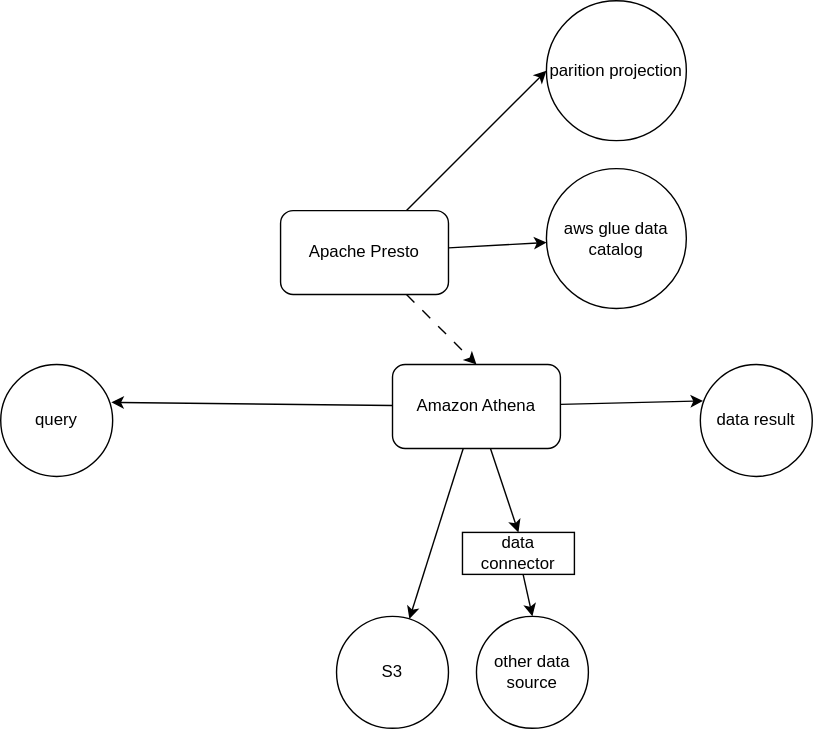
Above: aws/DEA/3.aws-analytic/aws-athena-arch.drawio.svg in hoangnpdev/engineering-notes (draw.io), before the change. Source tidied: cells renumbered, new cells last; positions are measured from the earlier drawing's top-left corner, leaving out a move shared by most shapes.
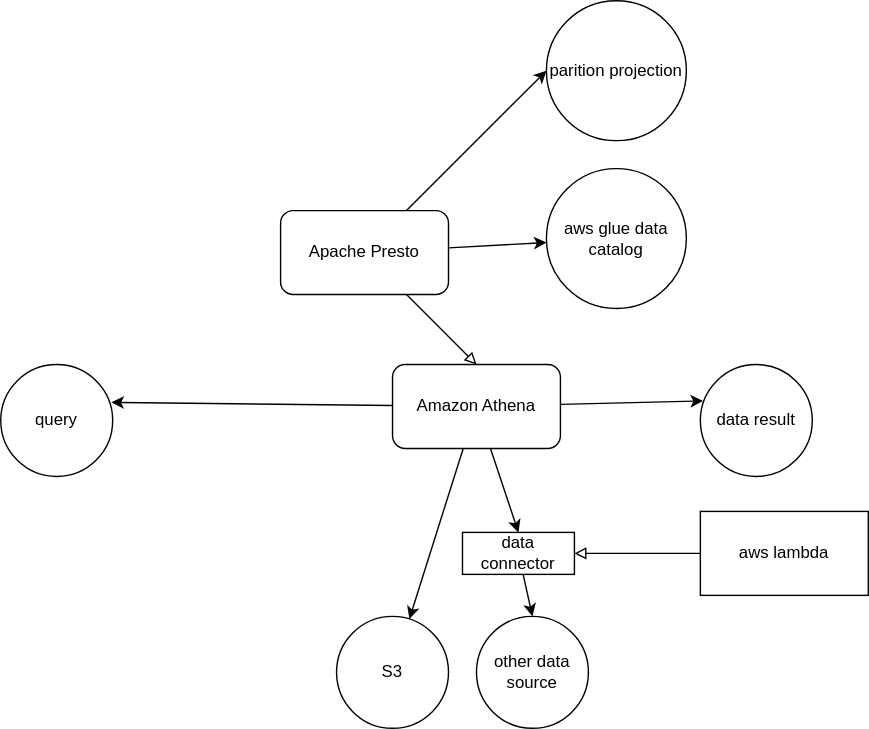
After the change.

Diff of the diagram source:
```diff
@@ -23,7 +23,7 @@
     <mxCell id="8" style="edgeStyle=none;html=1;entryX=0.025;entryY=0.325;entryDx=0;entryDy=0;entryPerimeter=0;" parent="1" edge="1" source="4" target="5">
       <mxGeometry relative="1" as="geometry" />
     </mxCell>
-    <mxCell id="9" style="edgeStyle=none;html=1;entryX=0.5;entryY=0;entryDx=0;entryDy=0;dashed=1;dashPattern=8 8;" parent="1" edge="1" source="12" target="4">
+    <mxCell id="9" style="edgeStyle=none;html=1;entryX=0.5;entryY=0;entryDx=0;entryDy=0;endArrow=block;endFill=0;" parent="1" edge="1" source="12" target="4">
       <mxGeometry relative="1" as="geometry" />
     </mxCell>
     <mxCell id="10" style="edgeStyle=none;html=1;entryX=0;entryY=0.5;entryDx=0;entryDy=0;" parent="1" edge="1" source="12" target="17">
@@ -53,5 +53,11 @@
     <mxCell id="18" value="aws glue data catalog" style="ellipse;whiteSpace=wrap;html=1;" parent="1" vertex="1">
       <mxGeometry x="390" y="120" width="100" height="100" as="geometry" />
     </mxCell>
+    <mxCell id="19" style="edgeStyle=none;html=1;entryX=1;entryY=0.5;entryDx=0;entryDy=0;endArrow=block;endFill=0;" parent="1" edge="1" source="20" target="13">
+      <mxGeometry relative="1" as="geometry" />
+    </mxCell>
+    <mxCell id="20" value="aws lambda" style="rounded=0;whiteSpace=wrap;html=1;" parent="1" vertex="1">
+      <mxGeometry x="500" y="365" width="120" height="60" as="geometry" />
+    </mxCell>
   </root>
 </mxGraphModel>
```
